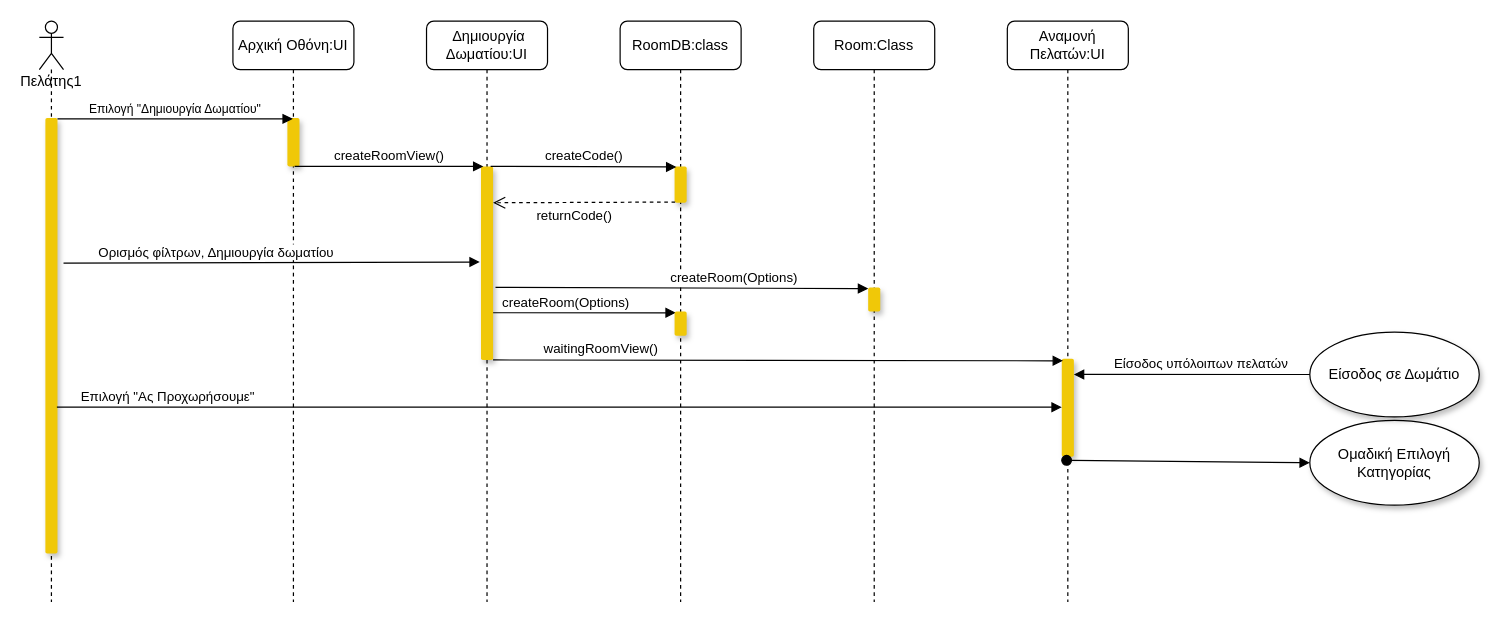
Before: docs/contributions/JoannaAgo/Phase_5/Create Room/Create_room_ sequence.drawio in iloudaros/nomnomr, a draw.io diagram. Source tidied: cells renumbered, new cells numbered last; positions are measured from the earlier drawing's top-left corner, leaving out a move shared by most shapes. Both pictures are drawn from the tidied source at 121%, with x=0, y=0 at pixel (39, 21).
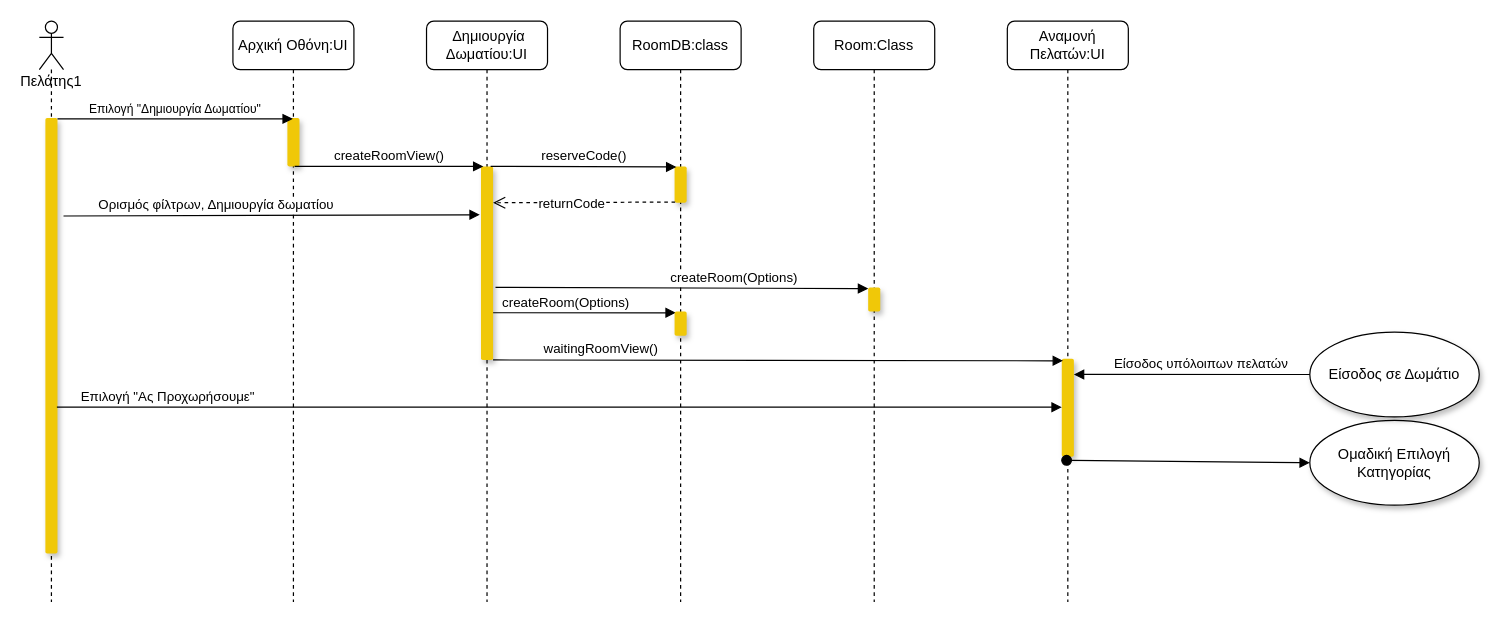
Above is the later version.

Unchanged cells that the change refers to:
```xml
<mxCell id="8" style="html=1;points=[];perimeter=orthogonalPerimeter;strokeColor=none;fillColor=#F0C808;shadow=1;rounded=1;" parent="7" vertex="1">
  <mxGeometry x="45" y="120" width="10" height="160" as="geometry" />
</mxCell>
<mxCell id="13" style="html=1;points=[];perimeter=orthogonalPerimeter;strokeColor=none;fillColor=#F0C808;shadow=1;rounded=1;" parent="11" vertex="1">
  <mxGeometry x="45" y="120" width="10" height="30" as="geometry" />
</mxCell>
```

The edit, as a diff of the source:
```diff
@@
-    <mxCell id="16" value="Ορισμός φίλτρων, Δημιουργία δωματίου" style="html=1;verticalAlign=bottom;endArrow=block;rounded=0;entryX=-0.1;entryY=0.494;entryDx=0;entryDy=0;entryPerimeter=0;" parent="1" edge="1" target="8">
+    <mxCell id="16" value="Ορισμός φίλτρων, Δημιουργία δωματίου" style="html=1;verticalAlign=bottom;endArrow=block;rounded=0;entryX=-0.1;entryY=0.494;entryDx=0;entryDy=0;entryPerimeter=0;" parent="1" edge="1">
       <mxGeometry x="-0.27" relative="1" as="geometry">
-        <mxPoint x="20" y="200" as="sourcePoint" />
+        <mxPoint x="20" y="161" as="sourcePoint" />
+        <mxPoint x="364" y="160" as="targetPoint" />
       </mxGeometry>
     </mxCell>
@@
-    <mxCell id="23" value="createCode()" style="html=1;verticalAlign=bottom;endArrow=block;rounded=1;entryX=0.15;entryY=0.017;entryDx=0;entryDy=0;entryPerimeter=0;exitX=0.8;exitY=0;exitDx=0;exitDy=0;exitPerimeter=0;" parent="1" edge="1" source="8" target="13">
+    <mxCell id="23" value="reserveCode()" style="html=1;verticalAlign=bottom;endArrow=block;rounded=1;entryX=0.15;entryY=0.017;entryDx=0;entryDy=0;entryPerimeter=0;exitX=0.8;exitY=0;exitDx=0;exitDy=0;exitPerimeter=0;" parent="1" edge="1" source="8" target="13">
       <mxGeometry x="-0.01" relative="1" as="geometry">
         <mxPoint x="1" as="offset" />
       </mxGeometry>
     </mxCell>
-    <mxCell id="24" value="returnCode()" style="html=1;verticalAlign=bottom;endArrow=open;dashed=1;endSize=8;rounded=0;exitX=0.05;exitY=0.983;exitDx=0;exitDy=0;exitPerimeter=0;entryX=1;entryY=0.188;entryDx=0;entryDy=0;entryPerimeter=0;" parent="1" edge="1" source="13" target="8">
-      <mxGeometry x="0.11" y="20" relative="1" as="geometry" />
+    <mxCell id="24" value="returnCode" style="html=1;verticalAlign=bottom;endArrow=open;dashed=1;endSize=8;rounded=0;exitX=0.05;exitY=0.983;exitDx=0;exitDy=0;exitPerimeter=0;entryX=1;entryY=0.188;entryDx=0;entryDy=0;entryPerimeter=0;" parent="1" edge="1" source="13" target="8">
+      <mxGeometry x="0.14" y="10" relative="1" as="geometry" />
     </mxCell>
```
